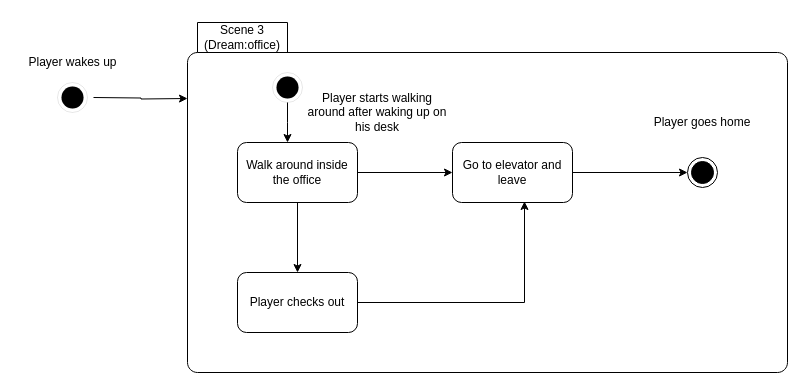
Before: Diagrams/StateMachineDiagrams/StateMachineScene3.drawio in FischkopDev/Game-development-AP-Uni-Heidelberg, a draw.io diagram. Source tidied: cells renumbered, new cells numbered last; positions are measured from the earlier drawing's top-left corner, leaving out a move shared by most shapes. Both pictures are drawn from the tidied source at 100%, with x=0, y=0 at pixel (17, 22).
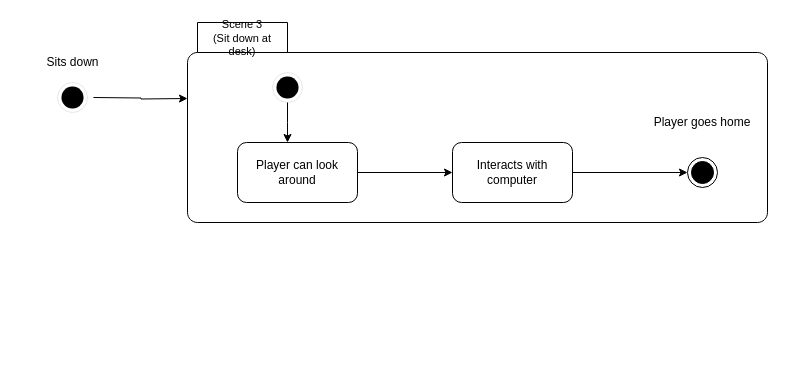
The same diagram, later.

Diff of the diagram source:
```diff
@@
-    <mxCell id="3" value="Player wakes up " style="text;html=1;align=center;verticalAlign=middle;strokeColor=none;fillColor=none;" parent="1" vertex="1">
-      <mxGeometry y="25" width="110" height="30" as="geometry" />
+    <mxCell id="3" value="Sits down" style="text;html=1;align=center;verticalAlign=middle;strokeColor=none;fillColor=none;" parent="1" vertex="1">
+      <mxGeometry x="15" y="25" width="80" height="30" as="geometry" />
     </mxCell>
-    <mxCell id="4" value="Scene 3&lt;br&gt;&lt;div&gt;(Dream:office)&lt;/div&gt;" style="shape=folder;align=center;verticalAlign=middle;fontStyle=0;tabWidth=100;tabHeight=30;tabPosition=left;html=1;boundedLbl=1;labelInHeader=1;rounded=1;absoluteArcSize=1;arcSize=10;whiteSpace=wrap;" parent="1" vertex="1">
-      <mxGeometry x="170" width="600" height="350" as="geometry" />
+    <mxCell id="4" value="&lt;font style=&quot;font-size: 11px;&quot;&gt;Scene 3&lt;br&gt;&lt;/font&gt;&lt;div style=&quot;font-size: 11px;&quot;&gt;&lt;font style=&quot;font-size: 11px;&quot;&gt;(Sit down at desk)&lt;/font&gt;&lt;/div&gt;" style="shape=folder;align=center;verticalAlign=middle;fontStyle=0;tabWidth=100;tabHeight=30;tabPosition=left;html=1;boundedLbl=1;labelInHeader=1;rounded=1;absoluteArcSize=1;arcSize=10;whiteSpace=wrap;" parent="1" vertex="1">
+      <mxGeometry x="170" width="580" height="200" as="geometry" />
     </mxCell>
@@
-    <mxCell id="8" style="edgeStyle=orthogonalEdgeStyle;rounded=0;jettySize=auto;html=1;entryX=0.5;entryY=0;entryDx=0;entryDy=0;" parent="1" edge="1" source="9" target="13">
-      <mxGeometry relative="1" as="geometry" />
-    </mxCell>
-    <mxCell id="9" value="Walk around inside the office" style="rounded=1;whiteSpace=wrap;html=1;" parent="1" vertex="1">
+    <mxCell id="9" value="Player can look around" style="rounded=1;whiteSpace=wrap;html=1;" parent="1" vertex="1">
       <mxGeometry x="220" y="120" width="120" height="60" as="geometry" />
     </mxCell>
@@
-    <mxCell id="11" value="Player starts walking around after waking up on his desk" style="text;html=1;align=center;verticalAlign=middle;whiteSpace=wrap;rounded=0;" parent="1" vertex="1">
-      <mxGeometry x="285" y="70" width="150" height="40" as="geometry" />
-    </mxCell>
-    <mxCell id="12" value="Go to elevator and leave" style="rounded=1;whiteSpace=wrap;html=1;" parent="1" vertex="1">
+    <mxCell id="12" value="Interacts with computer" style="rounded=1;whiteSpace=wrap;html=1;" parent="1" vertex="1">
       <mxGeometry x="435" y="120" width="120" height="60" as="geometry" />
     </mxCell>
-    <mxCell id="13" value="Player checks out" style="rounded=1;whiteSpace=wrap;html=1;" parent="1" vertex="1">
-      <mxGeometry x="220" y="250" width="120" height="60" as="geometry" />
-    </mxCell>
-    <mxCell id="14" style="endArrow=classic;html=1;rounded=0;exitX=1;exitY=0.5;exitDx=0;exitDy=0;entryX=0.6;entryY=0.983;entryDx=0;entryDy=0;entryPerimeter=0;" parent="1" edge="1" source="13" target="12">
-      <mxGeometry relative="1" as="geometry">
-        <Array as="points">
-          <mxPoint x="507" y="280" />
-        </Array>
-      </mxGeometry>
-    </mxCell>
```
